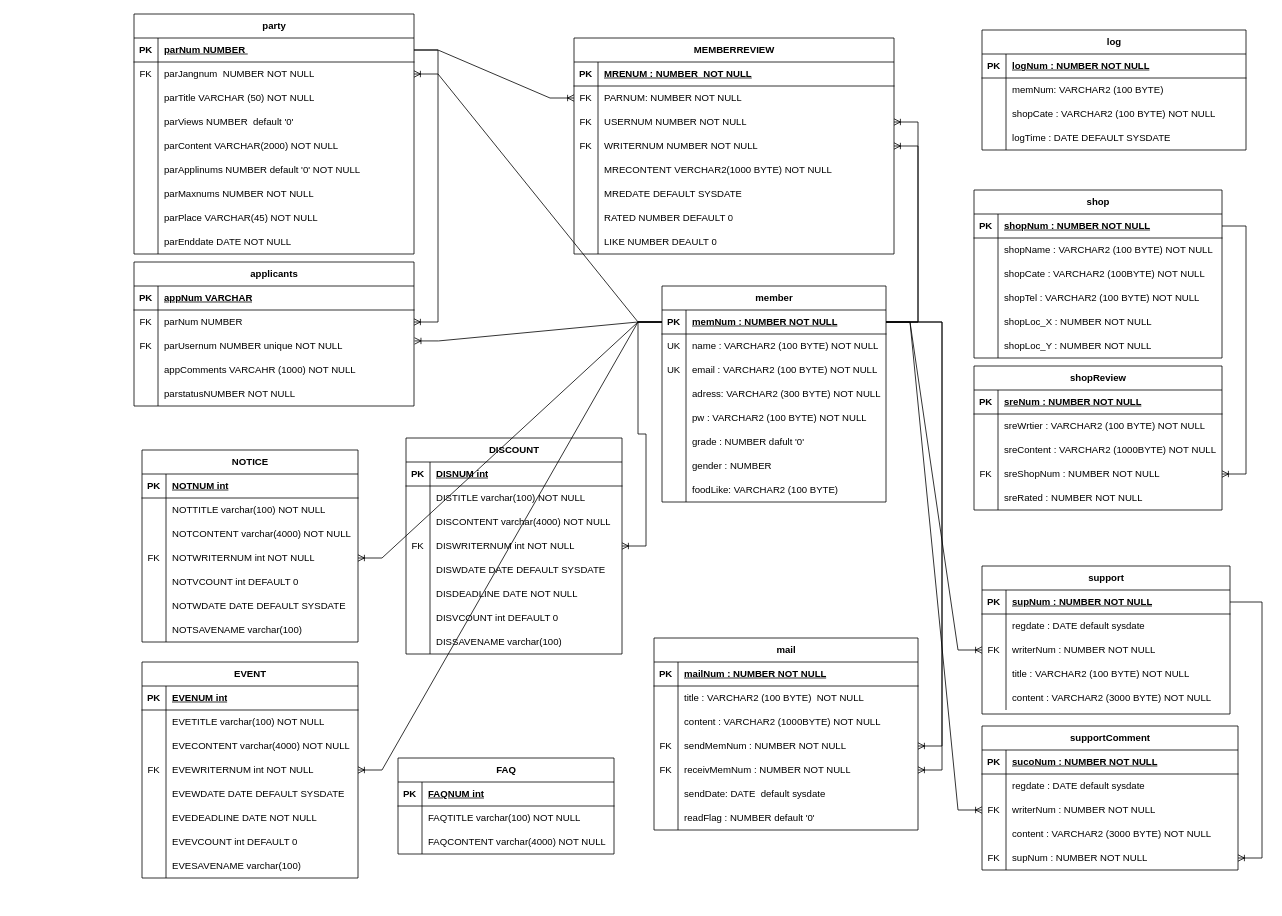
Earlier version of the draw.io diagram ERD 다이어그램.drawio (korno1/hotplace). Source tidied: cells renumbered, new cells numbered last; positions are measured from the earlier drawing's top-left corner, leaving out a move shared by most shapes. Both pictures are drawn from the tidied source at 80%, with x=0, y=0 at pixel (14, -6).
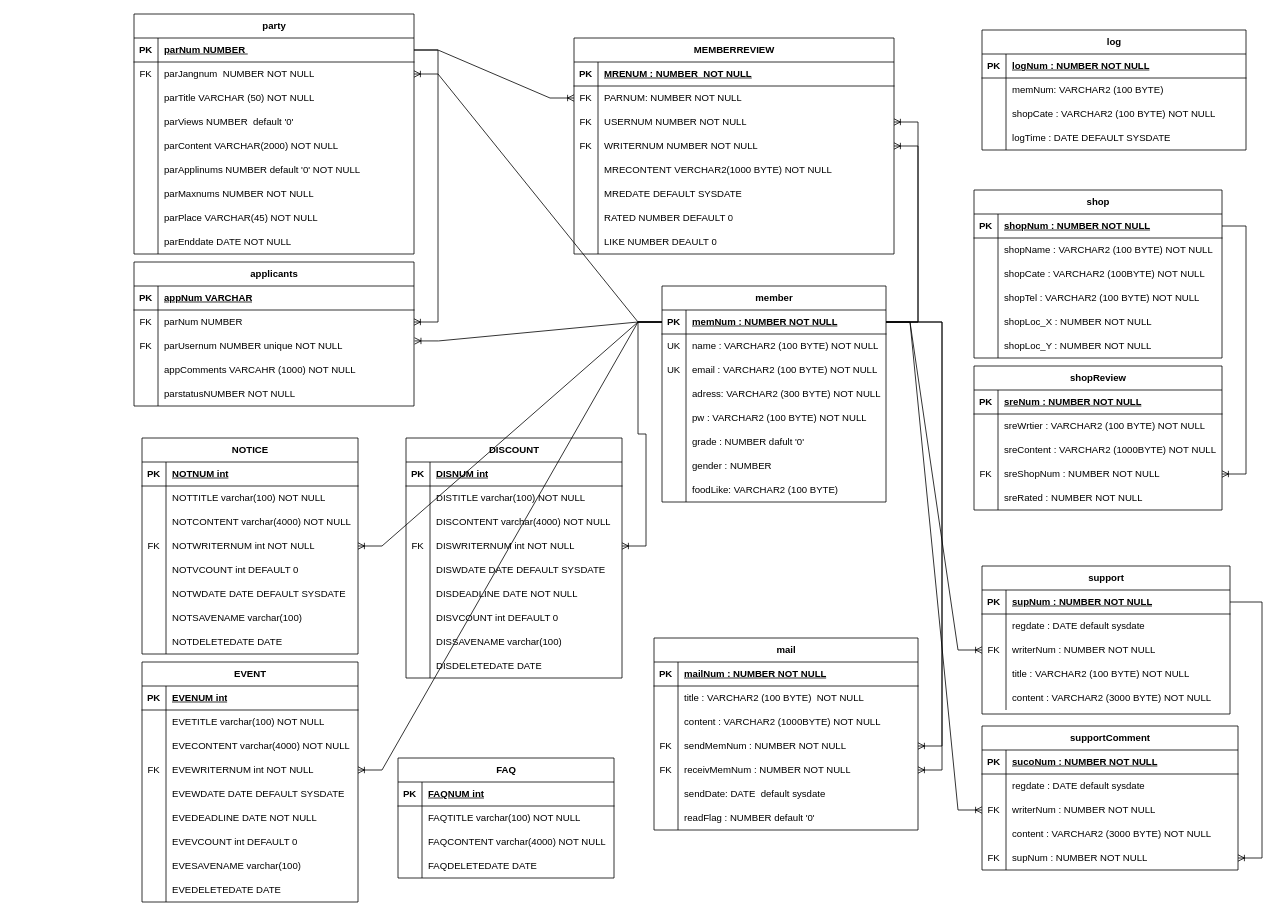
The same page after the edit.

Commit message:
ERD 다이어그램.drawio 이재민 업데이트

Diff of the diagram source:
```diff
@@
     <mxCell id="25" value="NOTICE" style="shape=table;startSize=30;childLayout=tableLayout;rowLines=0;fontStyle=1;align=center;html=1;" parent="1" vertex="1">
-      <mxGeometry x="160" y="569" width="270" height="240" as="geometry" />
+      <mxGeometry x="160" y="554" width="270" height="270" as="geometry" />
     </mxCell>
@@
+    <mxCell id="307" style="shape=tableRow;horizontal=0;startSize=0;swimlaneHead=0;swimlaneBody=0;fillColor=none;top=0;left=0;right=0;bottom=0;" parent="25" vertex="1">
+      <mxGeometry y="240" width="270" height="30" as="geometry" />
+    </mxCell>
+    <mxCell id="308" style="shape=partialRectangle;fillColor=none;top=0;left=0;bottom=0;right=0;overflow=hidden;whiteSpace=wrap;html=1;" parent="307" vertex="1">
+      <mxGeometry width="30" height="30" as="geometry" />
+    </mxCell>
+    <mxCell id="309" value="NOTDELETEDATE DATE" style="shape=partialRectangle;fillColor=none;top=0;left=0;bottom=0;right=0;align=left;spacingLeft=6;overflow=hidden;whiteSpace=wrap;html=1;" parent="307" vertex="1">
+      <mxGeometry x="30" width="240" height="30" as="geometry" />
+    </mxCell>
@@
     <mxCell id="75" value="FAQ" style="shape=table;startSize=30;childLayout=tableLayout;rowLines=0;fontStyle=1;align=center;html=1;" parent="1" vertex="1">
-      <mxGeometry x="480" y="954" width="270" height="120" as="geometry" />
+      <mxGeometry x="480" y="954" width="270" height="150" as="geometry" />
     </mxCell>
@@
+    <mxCell id="310" style="shape=tableRow;horizontal=0;startSize=0;swimlaneHead=0;swimlaneBody=0;fillColor=none;top=0;left=0;right=0;bottom=0;" parent="75" vertex="1">
+      <mxGeometry y="120" width="270" height="30" as="geometry" />
+    </mxCell>
+    <mxCell id="311" style="shape=partialRectangle;fillColor=none;top=0;left=0;bottom=0;right=0;overflow=hidden;whiteSpace=wrap;html=1;" parent="310" vertex="1">
+      <mxGeometry width="30" height="30" as="geometry" />
+    </mxCell>
+    <mxCell id="312" value="FAQDELETEDATE DATE" style="shape=partialRectangle;fillColor=none;top=0;left=0;bottom=0;right=0;align=left;spacingLeft=6;overflow=hidden;whiteSpace=wrap;html=1;" parent="310" vertex="1">
+      <mxGeometry x="30" width="240" height="30" as="geometry" />
+    </mxCell>
@@
     <mxCell id="156" value="EVENT" style="shape=table;startSize=30;childLayout=tableLayout;rowLines=0;fontStyle=1;align=center;html=1;" parent="1" vertex="1">
-      <mxGeometry x="160" y="834" width="270" height="270" as="geometry" />
+      <mxGeometry x="160" y="834" width="270" height="300" as="geometry" />
     </mxCell>
@@
+    <mxCell id="313" style="shape=tableRow;horizontal=0;startSize=0;swimlaneHead=0;swimlaneBody=0;fillColor=none;top=0;left=0;right=0;bottom=0;" parent="156" vertex="1">
+      <mxGeometry y="270" width="270" height="30" as="geometry" />
+    </mxCell>
+    <mxCell id="314" style="shape=partialRectangle;fillColor=none;top=0;left=0;bottom=0;right=0;overflow=hidden;whiteSpace=wrap;html=1;" parent="313" vertex="1">
+      <mxGeometry width="30" height="30" as="geometry" />
+    </mxCell>
+    <mxCell id="315" value="EVEDELETEDATE DATE" style="shape=partialRectangle;fillColor=none;top=0;left=0;bottom=0;right=0;align=left;spacingLeft=6;overflow=hidden;whiteSpace=wrap;html=1;" parent="313" vertex="1">
+      <mxGeometry x="30" width="240" height="30" as="geometry" />
+    </mxCell>
@@
     <mxCell id="212" value="DISCOUNT" style="shape=table;startSize=30;childLayout=tableLayout;rowLines=0;fontStyle=1;align=center;html=1;" parent="1" vertex="1">
-      <mxGeometry x="490" y="554" width="270" height="270" as="geometry" />
+      <mxGeometry x="490" y="554" width="270" height="300" as="geometry" />
     </mxCell>
@@
+    <mxCell id="316" style="shape=tableRow;horizontal=0;startSize=0;swimlaneHead=0;swimlaneBody=0;fillColor=none;top=0;left=0;right=0;bottom=0;" parent="212" vertex="1">
+      <mxGeometry y="270" width="270" height="30" as="geometry" />
+    </mxCell>
+    <mxCell id="317" style="shape=partialRectangle;fillColor=none;top=0;left=0;bottom=0;right=0;overflow=hidden;whiteSpace=wrap;html=1;" parent="316" vertex="1">
+      <mxGeometry width="30" height="30" as="geometry" />
+    </mxCell>
+    <mxCell id="318" value="DISDELETEDATE DATE" style="shape=partialRectangle;fillColor=none;top=0;left=0;bottom=0;right=0;align=left;spacingLeft=6;overflow=hidden;whiteSpace=wrap;html=1;" parent="316" vertex="1">
+      <mxGeometry x="30" width="240" height="30" as="geometry" />
+    </mxCell>
```
